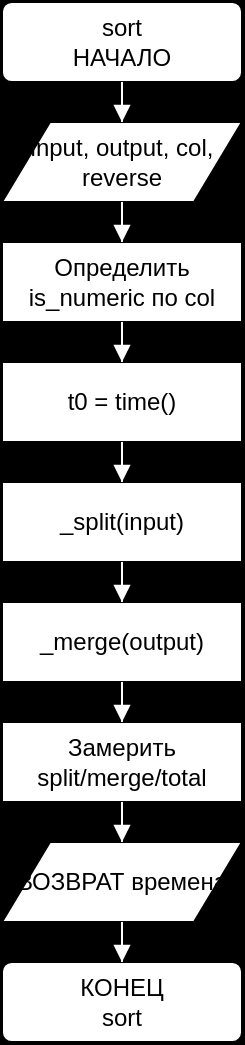
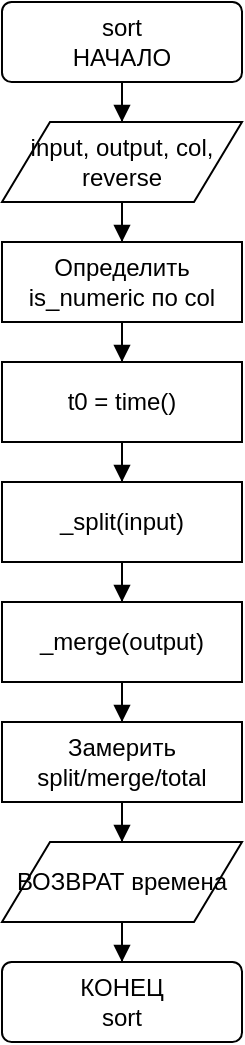
<mxfile host="Electron" version="29.6.1">
  <diagram name="Страница-1" id="d1">
-     <mxGraphModel dx="1400" dy="800" grid="1" gridSize="10" guides="1" tooltips="1" connect="1" arrows="1" fold="1" page="0" pageScale="1" pageWidth="827" pageHeight="1169" math="0" shadow="0" background="#000000">
+     <mxGraphModel dx="1400" dy="800" grid="1" gridSize="10" guides="1" tooltips="1" connect="1" arrows="1" fold="1" page="0" pageScale="1" pageWidth="827" pageHeight="1169" math="0" shadow="0" background="#ffffff">
      <root>
        <mxCell id="0" />
        <mxCell id="1" parent="0" />
        <mxCell id="a" value="&lt;div&gt;sort&lt;/div&gt;&lt;div&gt;НАЧАЛО&lt;/div&gt;" style="rounded=1;arcSize=12;whiteSpace=wrap;html=1;fillColor=#ffffff;strokeColor=#000000;fontColor=#000000;" vertex="1" parent="1"><mxGeometry x="160" y="0" width="120" height="40" as="geometry" /></mxCell>
        <mxCell id="io" value="input, output, col, reverse" style="shape=parallelogram;perimeter=parallelogramPerimeter;whiteSpace=wrap;html=1;fillColor=#ffffff;strokeColor=#000000;fontColor=#000000;" vertex="1" parent="1"><mxGeometry x="160" y="60" width="120" height="40" as="geometry" /></mxCell>
        <mxCell id="p1" value="Определить is_numeric по col" style="rounded=0;whiteSpace=wrap;html=1;fillColor=#ffffff;strokeColor=#000000;fontColor=#000000;" vertex="1" parent="1"><mxGeometry x="160" y="120" width="120" height="40" as="geometry" /></mxCell>
        <mxCell id="p2" value="t0 = time()" style="rounded=0;whiteSpace=wrap;html=1;fillColor=#ffffff;strokeColor=#000000;fontColor=#000000;" vertex="1" parent="1"><mxGeometry x="160" y="180" width="120" height="40" as="geometry" /></mxCell>
        <mxCell id="p3" value="_split(input)" style="rounded=0;whiteSpace=wrap;html=1;fillColor=#ffffff;strokeColor=#000000;fontColor=#000000;" vertex="1" parent="1"><mxGeometry x="160" y="240" width="120" height="40" as="geometry" /></mxCell>
        <mxCell id="p4" value="_merge(output)" style="rounded=0;whiteSpace=wrap;html=1;fillColor=#ffffff;strokeColor=#000000;fontColor=#000000;" vertex="1" parent="1"><mxGeometry x="160" y="300" width="120" height="40" as="geometry" /></mxCell>
        <mxCell id="p5" value="Замерить split/merge/total" style="rounded=0;whiteSpace=wrap;html=1;fillColor=#ffffff;strokeColor=#000000;fontColor=#000000;" vertex="1" parent="1"><mxGeometry x="160" y="360" width="120" height="40" as="geometry" /></mxCell>
        <mxCell id="ret" value="ВОЗВРАТ времена" style="shape=parallelogram;perimeter=parallelogramPerimeter;whiteSpace=wrap;html=1;fillColor=#ffffff;strokeColor=#000000;fontColor=#000000;" vertex="1" parent="1"><mxGeometry x="160" y="420" width="120" height="40" as="geometry" /></mxCell>
        <mxCell id="e" value="&lt;div&gt;КОНЕЦ&lt;/div&gt;&lt;div&gt;sort&lt;/div&gt;" style="rounded=1;arcSize=12;whiteSpace=wrap;html=1;fillColor=#ffffff;strokeColor=#000000;fontColor=#000000;" vertex="1" parent="1"><mxGeometry x="160" y="480" width="120" height="40" as="geometry" /></mxCell>
-         <mxCell id="e0" value="" style="edgeStyle=orthogonalEdgeStyle;rounded=0;orthogonalLoop=1;jettySize=auto;html=1;endArrow=block;endFill=1;strokeColor=#ffffff;fontColor=#ffffff;" edge="1" parent="1" source="a" target="io"><mxGeometry relative="1" as="geometry" /></mxCell>
-         <mxCell id="e1" value="" style="edgeStyle=orthogonalEdgeStyle;rounded=0;orthogonalLoop=1;jettySize=auto;html=1;endArrow=block;endFill=1;strokeColor=#ffffff;fontColor=#ffffff;" edge="1" parent="1" source="io" target="p1"><mxGeometry relative="1" as="geometry" /></mxCell>
-         <mxCell id="e2" value="" style="edgeStyle=orthogonalEdgeStyle;rounded=0;orthogonalLoop=1;jettySize=auto;html=1;endArrow=block;endFill=1;strokeColor=#ffffff;fontColor=#ffffff;" edge="1" parent="1" source="p1" target="p2"><mxGeometry relative="1" as="geometry" /></mxCell>
-         <mxCell id="e3" value="" style="edgeStyle=orthogonalEdgeStyle;rounded=0;orthogonalLoop=1;jettySize=auto;html=1;endArrow=block;endFill=1;strokeColor=#ffffff;fontColor=#ffffff;" edge="1" parent="1" source="p2" target="p3"><mxGeometry relative="1" as="geometry" /></mxCell>
-         <mxCell id="e4" value="" style="edgeStyle=orthogonalEdgeStyle;rounded=0;orthogonalLoop=1;jettySize=auto;html=1;endArrow=block;endFill=1;strokeColor=#ffffff;fontColor=#ffffff;" edge="1" parent="1" source="p3" target="p4"><mxGeometry relative="1" as="geometry" /></mxCell>
-         <mxCell id="e5" value="" style="edgeStyle=orthogonalEdgeStyle;rounded=0;orthogonalLoop=1;jettySize=auto;html=1;endArrow=block;endFill=1;strokeColor=#ffffff;fontColor=#ffffff;" edge="1" parent="1" source="p4" target="p5"><mxGeometry relative="1" as="geometry" /></mxCell>
-         <mxCell id="e6" value="" style="edgeStyle=orthogonalEdgeStyle;rounded=0;orthogonalLoop=1;jettySize=auto;html=1;endArrow=block;endFill=1;strokeColor=#ffffff;fontColor=#ffffff;" edge="1" parent="1" source="p5" target="ret"><mxGeometry relative="1" as="geometry" /></mxCell>
-         <mxCell id="e7" value="" style="edgeStyle=orthogonalEdgeStyle;rounded=0;orthogonalLoop=1;jettySize=auto;html=1;endArrow=block;endFill=1;strokeColor=#ffffff;fontColor=#ffffff;" edge="1" parent="1" source="ret" target="e"><mxGeometry relative="1" as="geometry" /></mxCell>
+         <mxCell id="e0" value="" style="edgeStyle=orthogonalEdgeStyle;rounded=0;orthogonalLoop=1;jettySize=auto;html=1;endArrow=block;endFill=1;strokeColor=#000000;fontColor=#000000;" edge="1" parent="1" source="a" target="io"><mxGeometry relative="1" as="geometry" /></mxCell>
+         <mxCell id="e1" value="" style="edgeStyle=orthogonalEdgeStyle;rounded=0;orthogonalLoop=1;jettySize=auto;html=1;endArrow=block;endFill=1;strokeColor=#000000;fontColor=#000000;" edge="1" parent="1" source="io" target="p1"><mxGeometry relative="1" as="geometry" /></mxCell>
+         <mxCell id="e2" value="" style="edgeStyle=orthogonalEdgeStyle;rounded=0;orthogonalLoop=1;jettySize=auto;html=1;endArrow=block;endFill=1;strokeColor=#000000;fontColor=#000000;" edge="1" parent="1" source="p1" target="p2"><mxGeometry relative="1" as="geometry" /></mxCell>
+         <mxCell id="e3" value="" style="edgeStyle=orthogonalEdgeStyle;rounded=0;orthogonalLoop=1;jettySize=auto;html=1;endArrow=block;endFill=1;strokeColor=#000000;fontColor=#000000;" edge="1" parent="1" source="p2" target="p3"><mxGeometry relative="1" as="geometry" /></mxCell>
+         <mxCell id="e4" value="" style="edgeStyle=orthogonalEdgeStyle;rounded=0;orthogonalLoop=1;jettySize=auto;html=1;endArrow=block;endFill=1;strokeColor=#000000;fontColor=#000000;" edge="1" parent="1" source="p3" target="p4"><mxGeometry relative="1" as="geometry" /></mxCell>
+         <mxCell id="e5" value="" style="edgeStyle=orthogonalEdgeStyle;rounded=0;orthogonalLoop=1;jettySize=auto;html=1;endArrow=block;endFill=1;strokeColor=#000000;fontColor=#000000;" edge="1" parent="1" source="p4" target="p5"><mxGeometry relative="1" as="geometry" /></mxCell>
+         <mxCell id="e6" value="" style="edgeStyle=orthogonalEdgeStyle;rounded=0;orthogonalLoop=1;jettySize=auto;html=1;endArrow=block;endFill=1;strokeColor=#000000;fontColor=#000000;" edge="1" parent="1" source="p5" target="ret"><mxGeometry relative="1" as="geometry" /></mxCell>
+         <mxCell id="e7" value="" style="edgeStyle=orthogonalEdgeStyle;rounded=0;orthogonalLoop=1;jettySize=auto;html=1;endArrow=block;endFill=1;strokeColor=#000000;fontColor=#000000;" edge="1" parent="1" source="ret" target="e"><mxGeometry relative="1" as="geometry" /></mxCell>
      </root>
    </mxGraphModel>
  </diagram>
</mxfile>